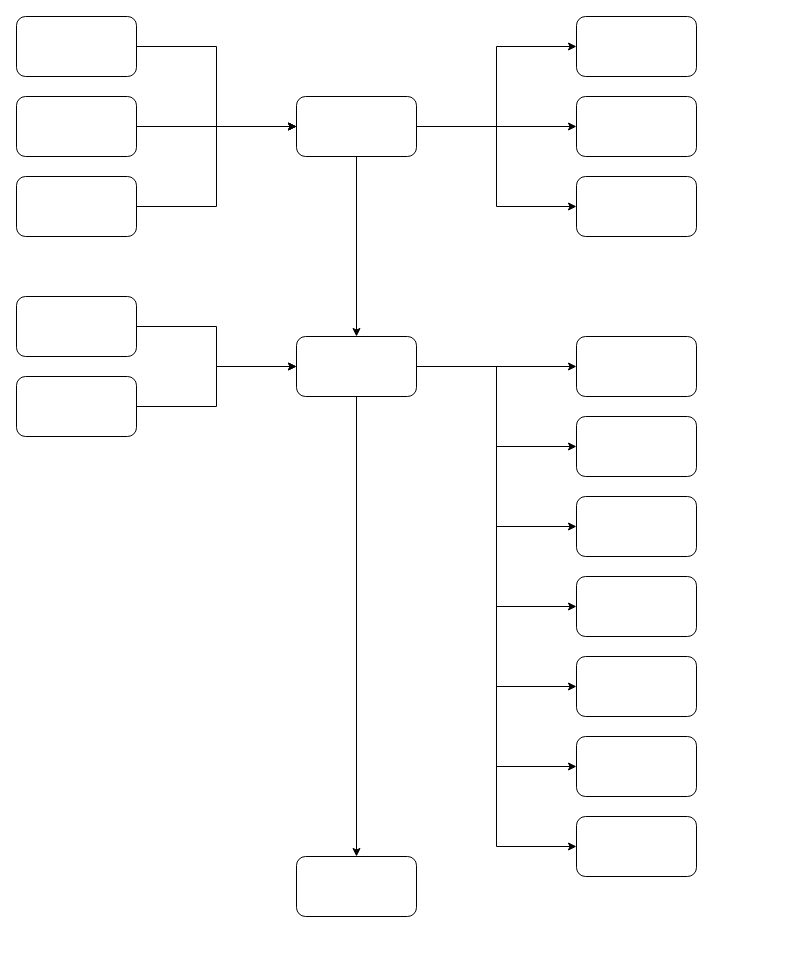
Above: Untitled Diagram.drawio in cuizhanming/space-spring (draw.io), before the change. Source tidied: cells renumbered, new cells numbered last; positions are measured from the earlier drawing's top-left corner, leaving out a move shared by most shapes. Both pictures are drawn from the tidied source at 100%, with x=0, y=0 at pixel (16, 16).
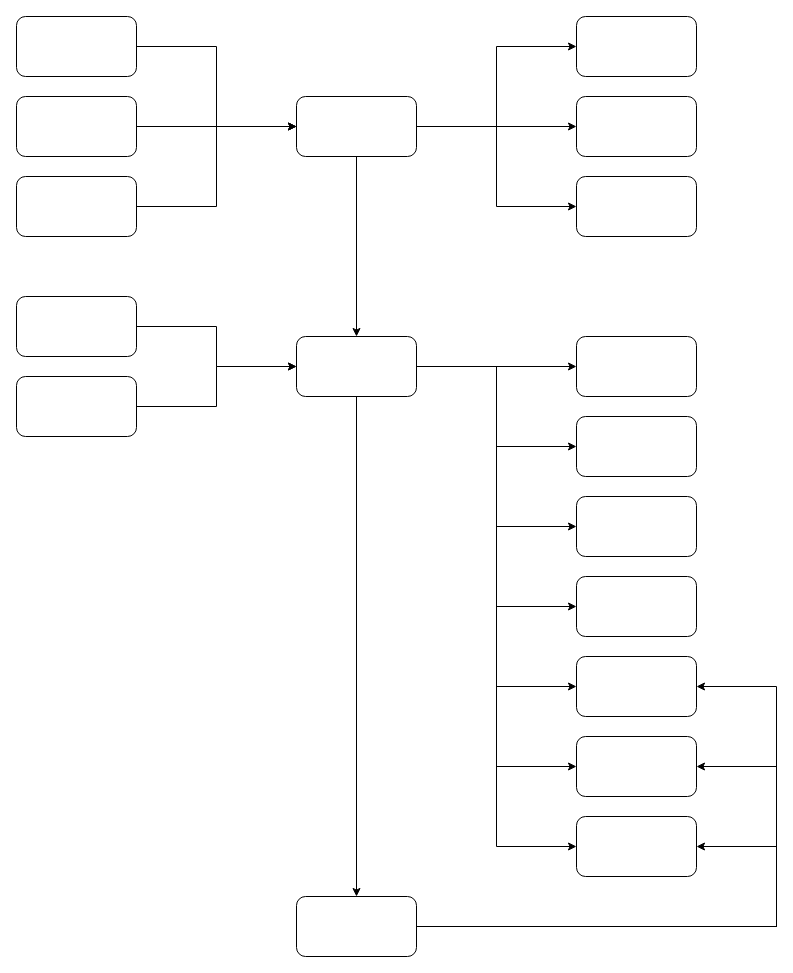
After the change.

Unchanged cells that the change refers to:
```xml
<mxCell id="34" style="rounded=1;whiteSpace=wrap;html=1;" parent="1" vertex="1">
  <mxGeometry x="560" y="640" width="120" height="60" as="geometry" />
</mxCell>
<mxCell id="35" style="rounded=1;whiteSpace=wrap;html=1;" parent="1" vertex="1">
  <mxGeometry x="560" y="720" width="120" height="60" as="geometry" />
</mxCell>
<mxCell id="36" style="rounded=1;whiteSpace=wrap;html=1;" parent="1" vertex="1">
  <mxGeometry x="560" y="800" width="120" height="60" as="geometry" />
</mxCell>
```

What changed in the source:
```diff
@@
+    <mxCell id="37" style="edgeStyle=orthogonalEdgeStyle;rounded=0;jettySize=auto;html=1;exitX=1;exitY=0.5;exitDx=0;exitDy=0;entryX=1;entryY=0.5;entryDx=0;entryDy=0;" parent="1" edge="1" source="29" target="36">
+      <mxGeometry relative="1" as="geometry">
+        <Array as="points">
+          <mxPoint x="760" y="910" />
+          <mxPoint x="760" y="830" />
+        </Array>
+      </mxGeometry>
+    </mxCell>
+    <mxCell id="38" style="edgeStyle=orthogonalEdgeStyle;rounded=0;jettySize=auto;html=1;exitX=1;exitY=0.5;exitDx=0;exitDy=0;entryX=1;entryY=0.5;entryDx=0;entryDy=0;" parent="1" edge="1" source="29" target="35">
+      <mxGeometry relative="1" as="geometry">
+        <Array as="points">
+          <mxPoint x="760" y="910" />
+          <mxPoint x="760" y="750" />
+        </Array>
+      </mxGeometry>
+    </mxCell>
+    <mxCell id="39" style="edgeStyle=orthogonalEdgeStyle;rounded=0;jettySize=auto;html=1;exitX=1;exitY=0.5;exitDx=0;exitDy=0;entryX=1;entryY=0.5;entryDx=0;entryDy=0;" parent="1" edge="1" source="29" target="34">
+      <mxGeometry relative="1" as="geometry">
+        <Array as="points">
+          <mxPoint x="760" y="910" />
+          <mxPoint x="760" y="670" />
+        </Array>
+      </mxGeometry>
+    </mxCell>
     <mxCell id="29" style="rounded=1;whiteSpace=wrap;html=1;" parent="1" vertex="1">
-      <mxGeometry x="280" y="840" width="120" height="60" as="geometry" />
+      <mxGeometry x="280" y="880" width="120" height="60" as="geometry" />
     </mxCell>
```
